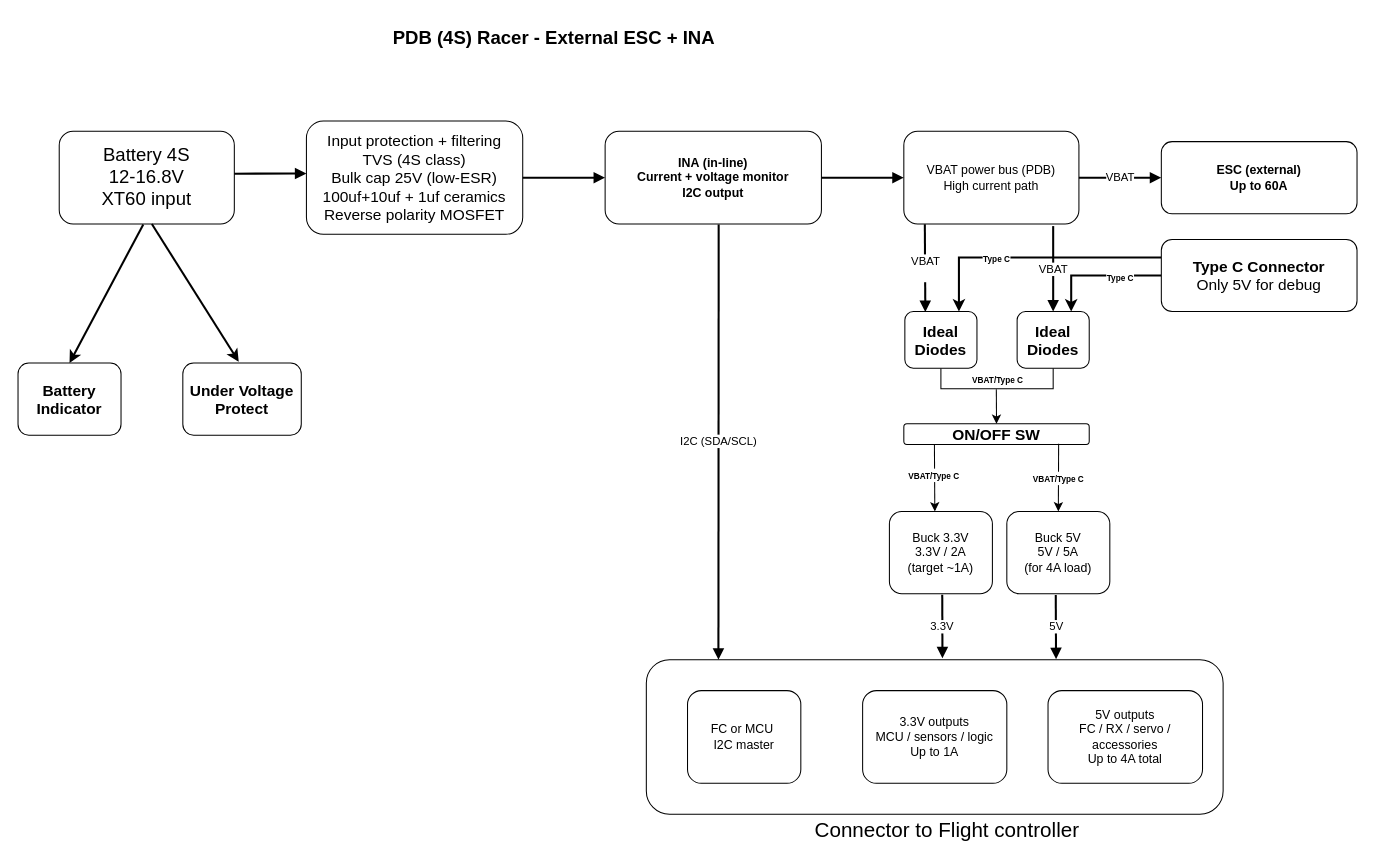
Before: power_distribution_board/DOC/PDB_BlockDiagram_V3.drawio in eyallampel1/team_drone, a draw.io diagram. Source tidied: cells renumbered, new cells numbered last; positions are measured from the earlier drawing's top-left corner, leaving out a move shared by most shapes. Both pictures are drawn from the tidied source at 103%, with x=0, y=0 at pixel (18, 18).
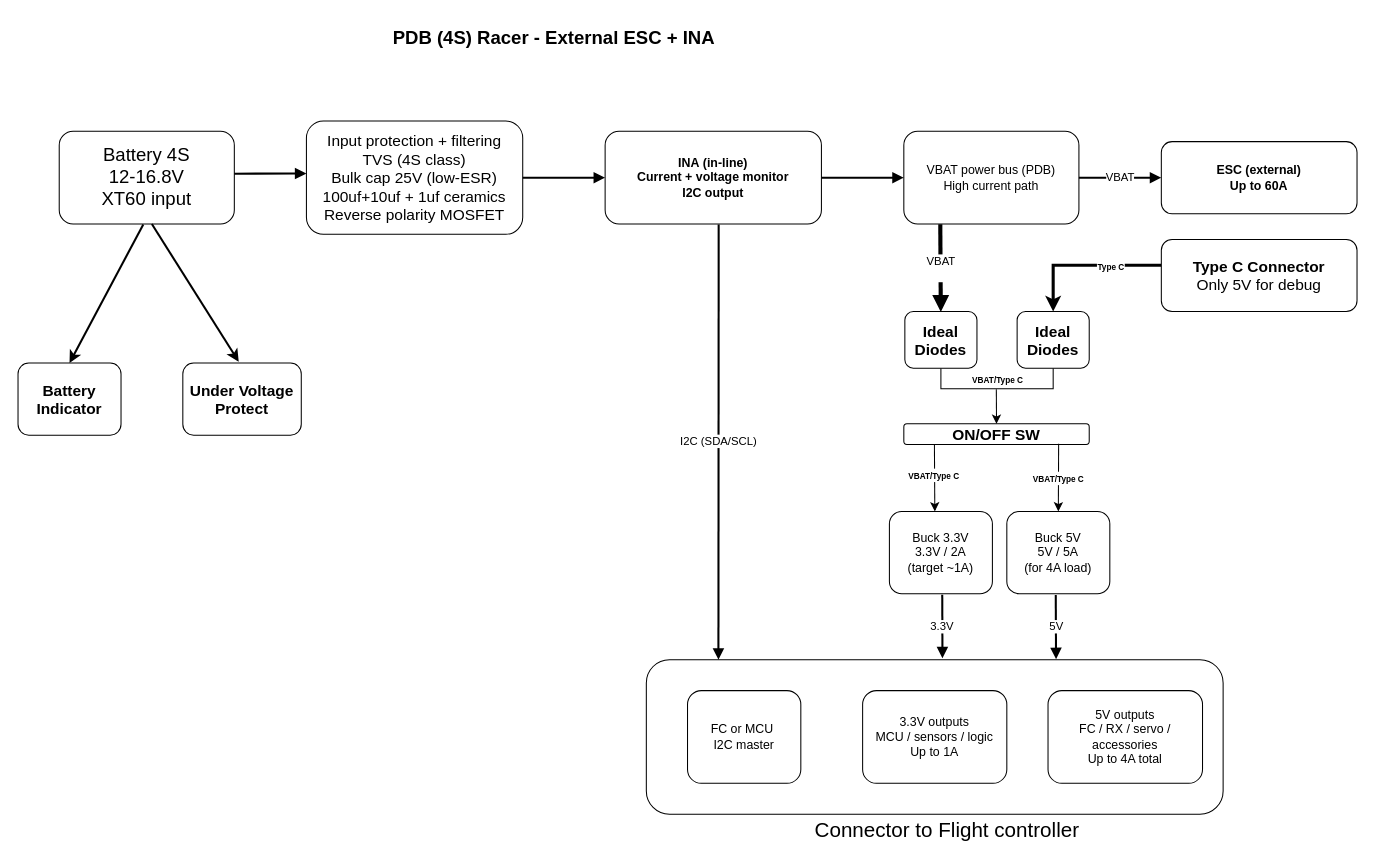
After the change.

Unchanged cells that the change refers to:
```xml
<mxCell id="21" value="&lt;font style=&quot;font-size: 15px;&quot;&gt;&lt;b&gt;Type C Connector&lt;br&gt;&lt;/b&gt;Only 5V for debug&lt;/font&gt;" style="rounded=1;whiteSpace=wrap;html=1;align=center;verticalAlign=middle;fontSize=12;" parent="1" vertex="1">
  <mxGeometry x="1110" y="215" width="190" height="70" as="geometry" />
</mxCell>
<mxCell id="33" value="&lt;span style=&quot;font-size: 15px;&quot;&gt;&lt;b&gt;Ideal Diodes&lt;/b&gt;&lt;/span&gt;" style="rounded=1;whiteSpace=wrap;html=1;align=center;verticalAlign=middle;fontSize=12;" parent="1" vertex="1">
  <mxGeometry x="861" y="285" width="70" height="55" as="geometry" />
</mxCell>
<mxCell id="34" value="&lt;span style=&quot;font-size: 15px;&quot;&gt;&lt;b&gt;Ideal Diodes&lt;/b&gt;&lt;/span&gt;" style="rounded=1;whiteSpace=wrap;html=1;align=center;verticalAlign=middle;fontSize=12;" parent="1" vertex="1">
  <mxGeometry x="970" y="285" width="70" height="55" as="geometry" />
</mxCell>
```

Change to the diagram source:
```diff
@@
-    <mxCell id="14" value="VBAT" style="endArrow=block;html=1;strokeWidth=2;entryX=0.5;entryY=0;entryDx=0;entryDy=0;" parent="1" edge="1" target="34">
-      <mxGeometry x="0.01" relative="1" as="geometry">
-        <mxPoint x="1005" y="202" as="sourcePoint" />
-      </mxGeometry>
-    </mxCell>
-    <mxCell id="15" value="VBAT&lt;div&gt;&lt;br&gt;&lt;/div&gt;" style="endArrow=block;html=1;strokeWidth=2;exitX=0.208;exitY=1.018;exitDx=0;exitDy=0;exitPerimeter=0;entryX=0.284;entryY=0.008;entryDx=0;entryDy=0;entryPerimeter=0;" parent="1" edge="1" target="33">
+    <mxCell id="15" value="VBAT&lt;div&gt;&lt;br&gt;&lt;/div&gt;" style="endArrow=block;html=1;strokeWidth=4;exitX=0.208;exitY=1.018;exitDx=0;exitDy=0;exitPerimeter=0;entryX=0.284;entryY=0.008;entryDx=0;entryDy=0;entryPerimeter=0;" parent="1" edge="1">
       <mxGeometry relative="1" as="geometry">
-        <mxPoint x="880.4" y="200.3" as="sourcePoint" />
+        <mxPoint x="895.4" y="200.3" as="sourcePoint" />
+        <mxPoint x="895.9" y="285.4" as="targetPoint" />
       </mxGeometry>
     </mxCell>
@@
-    <mxCell id="17" style="edgeStyle=orthogonalEdgeStyle;rounded=0;jettySize=auto;html=1;entryX=0.75;entryY=0;entryDx=0;entryDy=0;strokeWidth=2;" parent="1" edge="1" source="21" target="34">
-      <mxGeometry relative="1" as="geometry" />
+    <mxCell id="17" style="edgeStyle=orthogonalEdgeStyle;rounded=0;jettySize=auto;html=1;entryX=0.5;entryY=0;entryDx=0;entryDy=0;strokeWidth=3;exitX=0;exitY=0.357;exitDx=0;exitDy=0;exitPerimeter=0;" parent="1" edge="1" source="21" target="34">
+      <mxGeometry relative="1" as="geometry">
+        <Array as="points">
+          <mxPoint x="1005" y="240" />
+        </Array>
+      </mxGeometry>
     </mxCell>
@@
-    <mxCell id="19" style="edgeStyle=orthogonalEdgeStyle;rounded=0;jettySize=auto;html=1;exitX=0;exitY=0.25;exitDx=0;exitDy=0;entryX=0.75;entryY=0;entryDx=0;entryDy=0;strokeWidth=2;" parent="1" edge="1" source="21" target="33">
-      <mxGeometry relative="1" as="geometry" />
-    </mxCell>
-    <mxCell id="20" value="&lt;b style=&quot;font-size: 8px;&quot;&gt;Type C&lt;/b&gt;" style="edgeLabel;html=1;align=center;verticalAlign=middle;" parent="19" vertex="1">
-      <mxGeometry x="0.29" relative="1" as="geometry" />
-    </mxCell>
```
